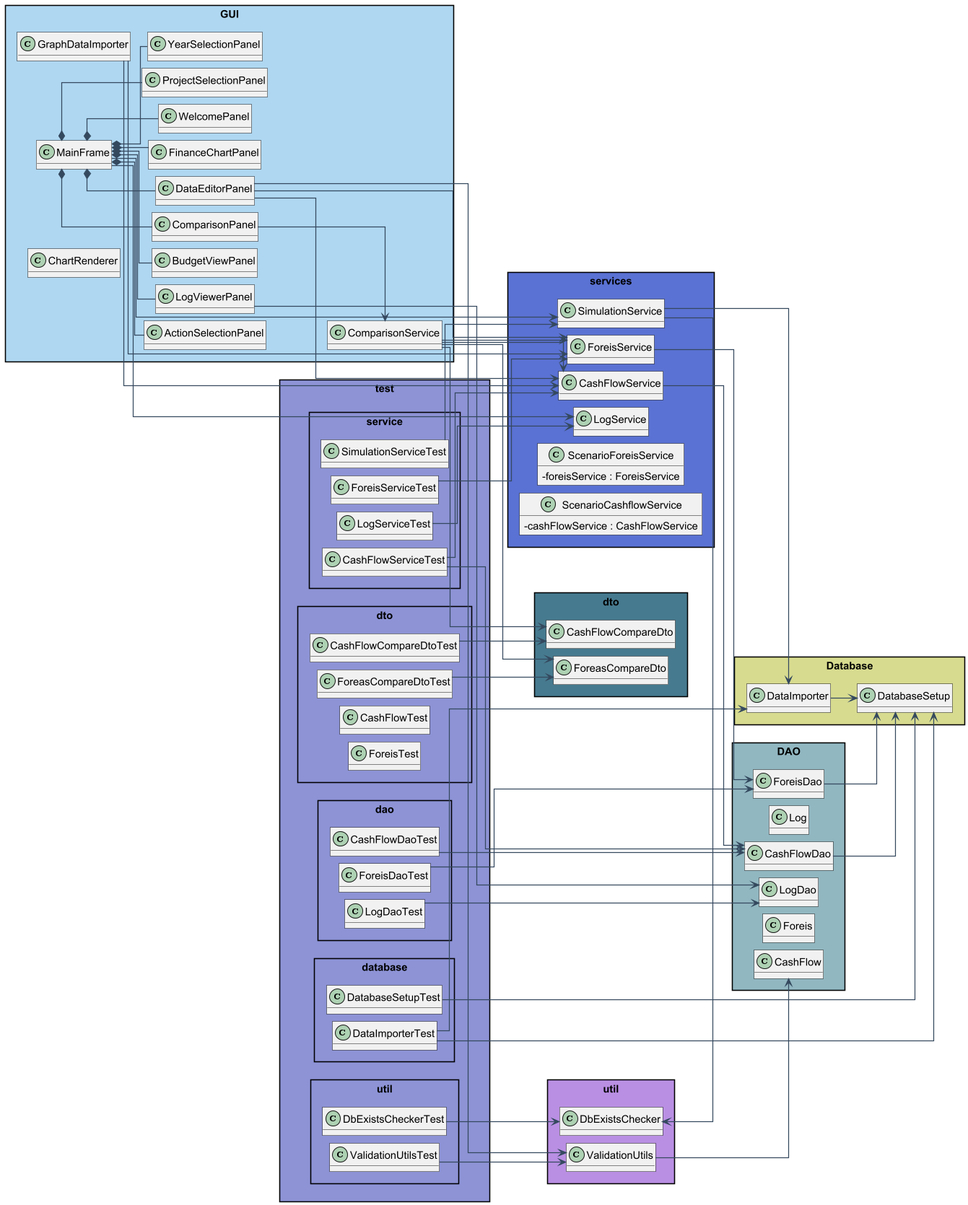
Earlier version of the PlantUML export docs/images/project_diagram.png (FilothodorosChristos/404_NOT_FOUND).
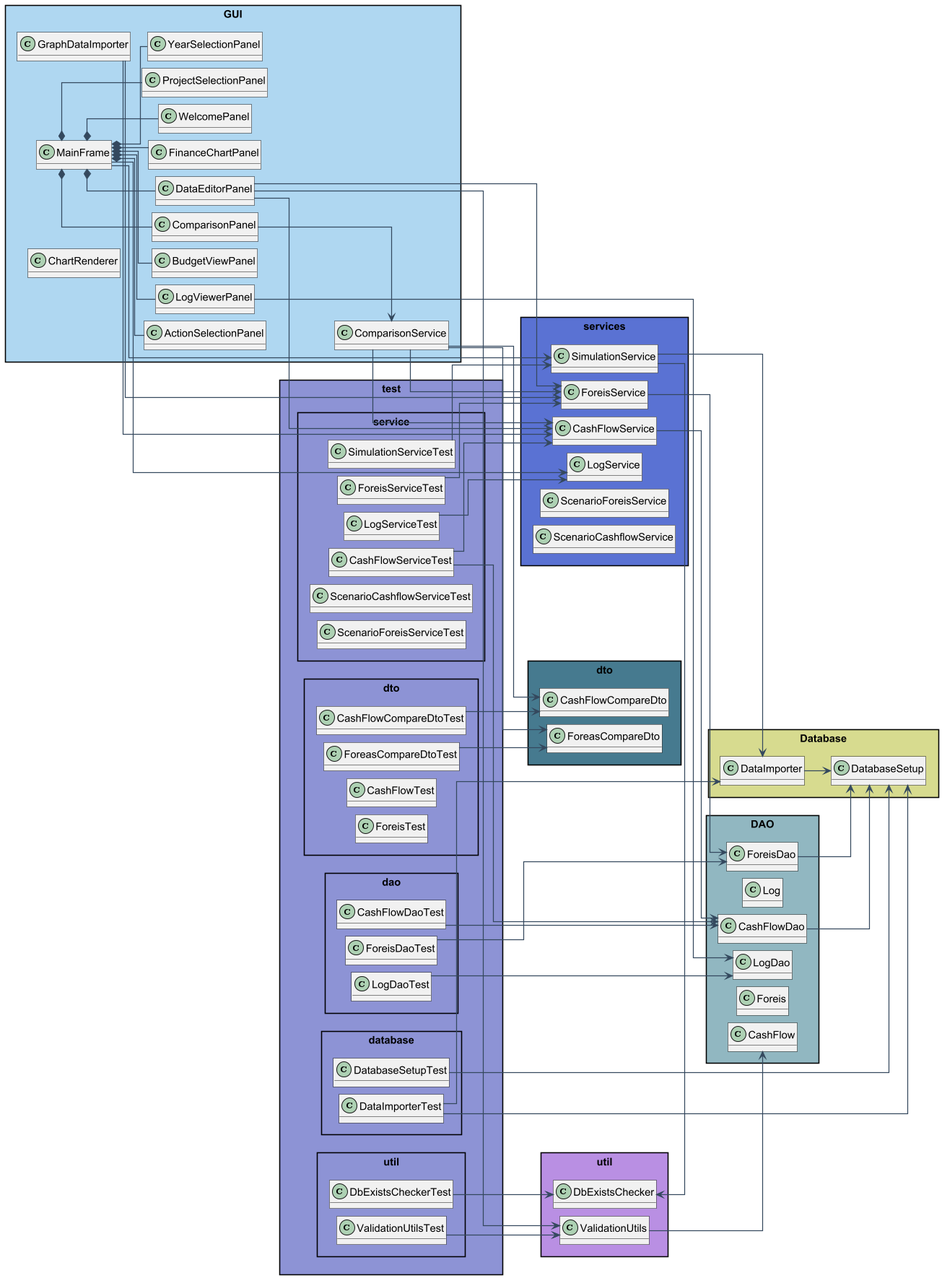
Above is the later version.

Commit message:
replaced old uml

The edit, as a diff of the source:
```diff
@@ -121,12 +121,12 @@
     }
 
     class ScenarioForeisService {
-        - foreisService : ForeisService
+
         + getModifiedForeis(year: int, type: String, category: String, factor: double) : List<Foreis>
     }
 
     class ScenarioCashflowService {
-        - cashFlowService : CashFlowService
+
         + getModifiedCashFlows(year: int, type: String, percentage: double) : List<CashFlow>
     }
 }
@@ -301,6 +301,33 @@
         class LogServiceTest {
             + testGetAllLogs()
         }
+              class ScenarioCashflowServiceTest {
+            + setUp() : void
+            + tearDown() : void
+            + invalidTypeThrowsException()
+            + invalidYearThrowsException()
+            + invalidPercentageNaNThrowsException()
+            + invalidPercentageInfiniteThrowsException()
+            + increaseCashflowAmounts()
+            + decreaseCashflowAmounts()
+            + noCashflowsFoundReturnsZero()
+        }
+        class ScenarioForeisServiceTest {
+            + setup() : void
+            + {static} tearDown() : void
+            + testInvalidYear()
+            + testInvalidType()
+            + testInvalidCategory()
+            + testInvalidPercentageNaN()
+            + testUpdateRegularBudgetSuccess()
+            + testUpdatePublicInvBudgetSuccess()
+            + testNoForeisFound()
+            + testTooLargeBudgetChangeFails()
+            + testNegativeResultingBudgetFails()
+        }
+
+
+
     }
 
     package "test.dao" {
```
